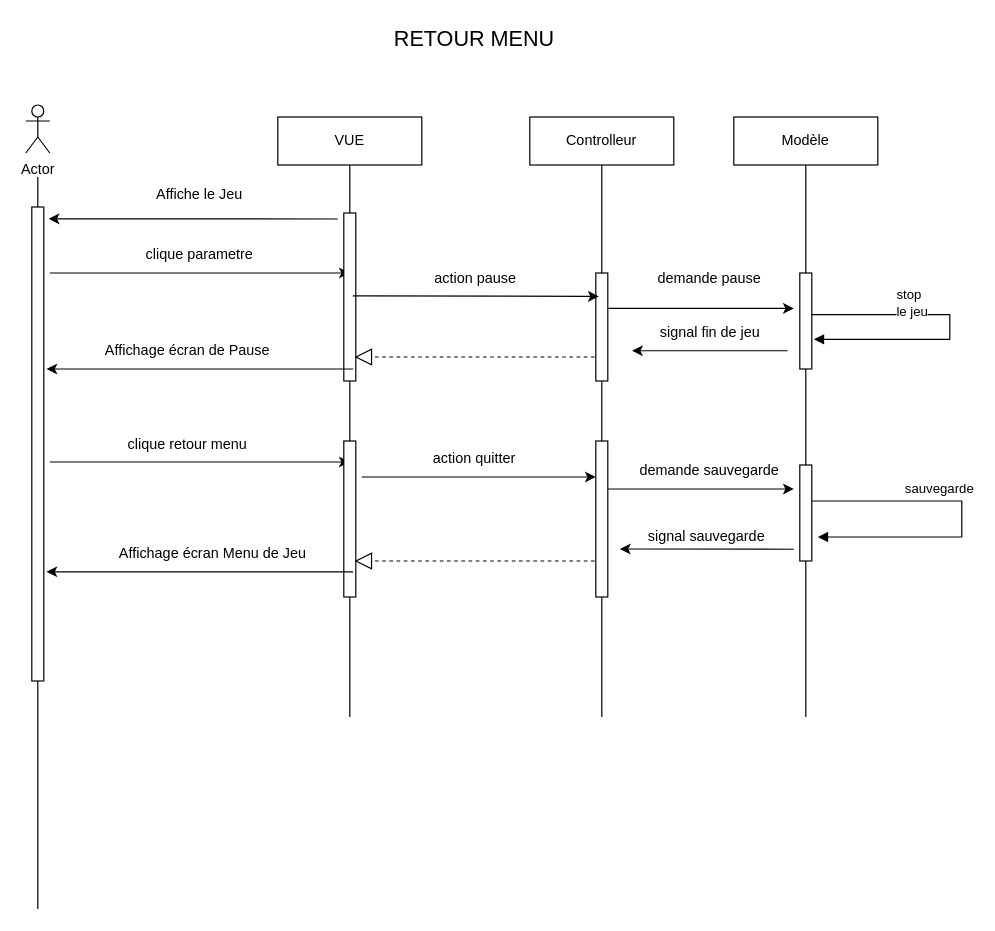
Earlier version of the draw.io diagram page "Page-2" (2 of 3) of DiagrammeSequence.drawio (BMaurice56/Tamagotchi). Source tidied: cells renumbered, new cells numbered last; positions are measured from the earlier drawing's top-left corner, leaving out a move shared by most shapes. Both pictures are drawn from the tidied source at 120%, with x=0, y=0 at pixel (25, 20).
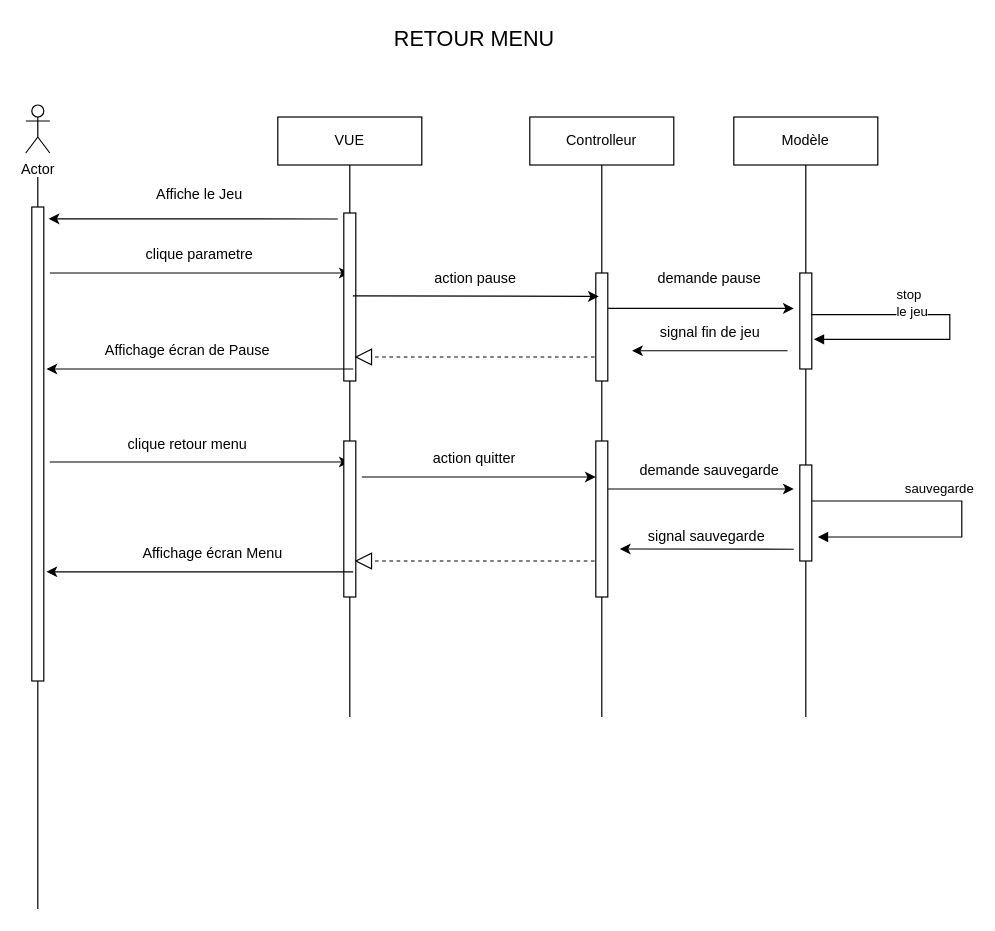
Above is the later version.

Change to the diagram source:
```diff
@@
-    <mxCell id="34" value="Affichage écran Menu de Jeu" style="text;html=1;strokeColor=none;fillColor=none;align=center;verticalAlign=middle;whiteSpace=wrap;rounded=0;" parent="1" vertex="1">
+    <mxCell id="34" value="Affichage écran Menu " style="text;html=1;strokeColor=none;fillColor=none;align=center;verticalAlign=middle;whiteSpace=wrap;rounded=0;" parent="1" vertex="1">
       <mxGeometry x="72.2" y="429" width="167.8" height="30" as="geometry" />
     </mxCell>
```
